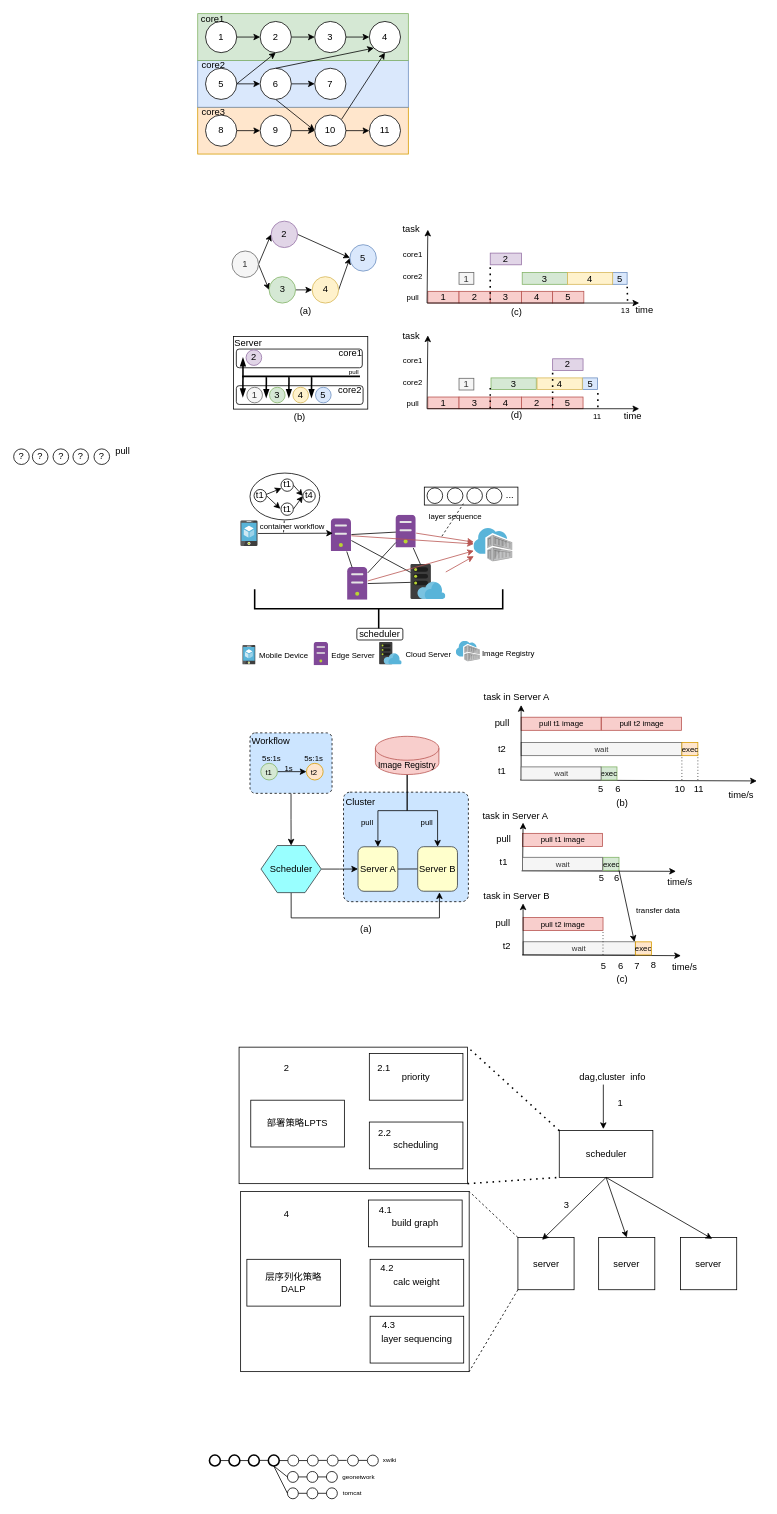
Above: research/小论文.drawio in ksd11/charts (draw.io), before the change. Source tidied: cells renumbered, new cells numbered last; positions are measured from the earlier drawing's top-left corner, leaving out a move shared by most shapes. Both pictures are drawn from the tidied source at 78%, with x=0, y=0 at pixel (13, 13).
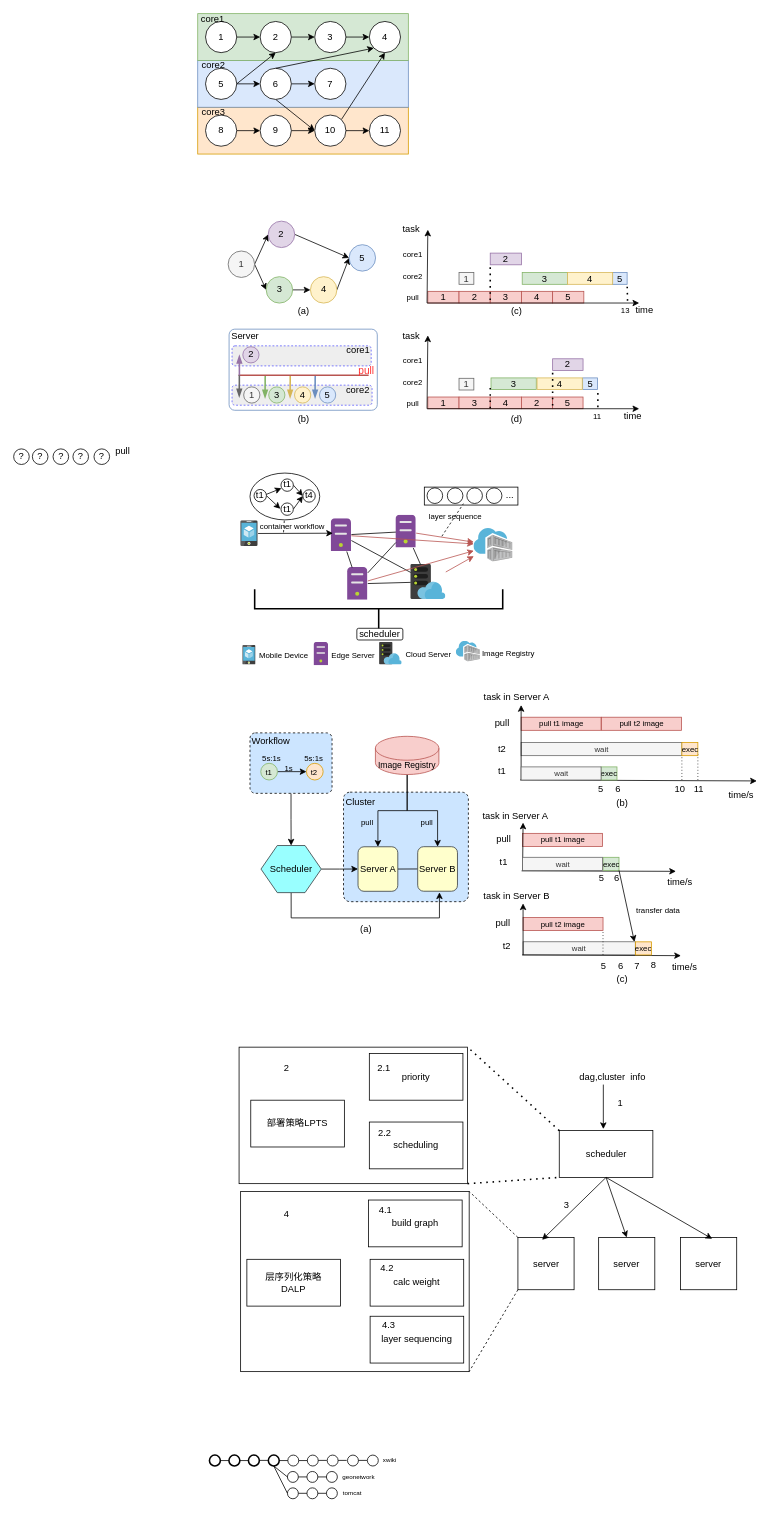
The same page after the edit.

Commit message (it also covers changes not shown here):
更新小论文.drawio

What changed in the source:
```diff
@@
-    <mxCell id="46" style="rounded=0;whiteSpace=wrap;html=1;" parent="1" vertex="1">
-      <mxGeometry x="282" y="414" width="172" height="93" as="geometry" />
-    </mxCell>
-    <mxCell id="47" style="rounded=1;whiteSpace=wrap;html=1;" parent="1" vertex="1">
-      <mxGeometry x="285.5" y="430" width="161.5" height="24" as="geometry" />
-    </mxCell>
-    <mxCell id="48" value="Server" style="text;html=1;align=center;verticalAlign=middle;whiteSpace=wrap;rounded=0;" parent="1" vertex="1">
-      <mxGeometry x="271" y="408" width="60" height="30" as="geometry" />
-    </mxCell>
-    <mxCell id="49" value="2" style="ellipse;whiteSpace=wrap;html=1;fillColor=#e1d5e7;strokeColor=#9673a6;" parent="1" vertex="1">
-      <mxGeometry x="298" y="431" width="20" height="20" as="geometry" />
-    </mxCell>
-    <mxCell id="50" style="rounded=1;whiteSpace=wrap;html=1;" parent="1" vertex="1">
-      <mxGeometry x="285.5" y="477" width="162.5" height="24" as="geometry" />
-    </mxCell>
-    <mxCell id="51" value="1" style="ellipse;whiteSpace=wrap;html=1;fillColor=#f5f5f5;fontColor=#333333;strokeColor=#666666;" parent="1" vertex="1">
-      <mxGeometry x="299" y="479" width="20" height="20" as="geometry" />
-    </mxCell>
-    <mxCell id="52" value="3" style="ellipse;whiteSpace=wrap;html=1;fillColor=#d5e8d4;strokeColor=#82b366;" parent="1" vertex="1">
-      <mxGeometry x="328" y="479" width="20" height="20" as="geometry" />
-    </mxCell>
-    <mxCell id="53" value="4" style="ellipse;whiteSpace=wrap;html=1;fillColor=#fff2cc;strokeColor=#d6b656;" parent="1" vertex="1">
-      <mxGeometry x="358" y="479" width="20" height="20" as="geometry" />
-    </mxCell>
-    <mxCell id="54" value="5" style="ellipse;whiteSpace=wrap;html=1;fillColor=#dae8fc;strokeColor=#6c8ebf;" parent="1" vertex="1">
-      <mxGeometry x="387" y="479" width="20" height="20" as="geometry" />
-    </mxCell>
@@
-    <mxCell id="59" value="core1" style="text;html=1;align=center;verticalAlign=middle;whiteSpace=wrap;rounded=0;" parent="1" vertex="1">
-      <mxGeometry x="402" y="421" width="60" height="30" as="geometry" />
-    </mxCell>
@@
-    <mxCell id="61" value="core2" style="text;html=1;align=center;verticalAlign=middle;whiteSpace=wrap;rounded=1;" parent="1" vertex="1">
-      <mxGeometry x="413" y="477" width="37" height="12" as="geometry" />
-    </mxCell>
@@
     <mxCell id="63" value="(c)" style="text;html=1;align=center;verticalAlign=middle;whiteSpace=wrap;rounded=0;" parent="1" vertex="1">
-      <mxGeometry x="615" y="368" width="60" height="30" as="geometry" />
+      <mxGeometry x="615" y="366.7" width="60" height="30" as="geometry" />
     </mxCell>
-    <mxCell id="64" value="(b)" style="text;html=1;align=center;verticalAlign=middle;whiteSpace=wrap;rounded=0;" parent="1" vertex="1">
-      <mxGeometry x="336.8" y="507" width="60" height="21" as="geometry" />
-    </mxCell>
@@
     <mxCell id="117" value="(d)" style="text;html=1;align=center;verticalAlign=middle;whiteSpace=wrap;rounded=0;" parent="1" vertex="1">
-      <mxGeometry x="615" y="505.5" width="60" height="18.5" as="geometry" />
+      <mxGeometry x="615" y="510.5" width="60" height="18.5" as="geometry" />
     </mxCell>
@@
+    <mxCell id="64" value="(b)" style="text;html=1;align=center;verticalAlign=middle;whiteSpace=wrap;rounded=0;" parent="1" vertex="1">
+      <mxGeometry x="338.6" y="508.5" width="66.3" height="22.5" as="geometry" />
+    </mxCell>
+    <mxCell id="294" style="group;" parent="1" vertex="1">
+      <mxGeometry x="264" y="397" width="211" height="111.5" as="geometry" />
+    </mxCell>
+    <mxCell id="46" style="rounded=1;whiteSpace=wrap;html=1;arcSize=7;strokeWidth=1;strokeColor=#6c8ebf;" parent="294" vertex="1">
+      <mxGeometry x="12.2" y="7.5" width="190" height="104" as="geometry" />
+    </mxCell>
+    <mxCell id="47" style="rounded=1;whiteSpace=wrap;html=1;dashed=1;strokeColor=#3333FF;strokeWidth=0.8;fillColor=#eeeeee;" parent="294" vertex="1">
+      <mxGeometry x="16" y="28.9" width="178.4" height="25.7" as="geometry" />
+    </mxCell>
+    <mxCell id="48" value="Server" style="text;html=1;align=center;verticalAlign=middle;whiteSpace=wrap;rounded=0;" parent="294" vertex="1">
+      <mxGeometry width="66.3" height="32.2" as="geometry" />
+    </mxCell>
+    <mxCell id="49" value="2" style="ellipse;whiteSpace=wrap;html=1;fillColor=#e1d5e7;strokeColor=#9673a6;" parent="294" vertex="1">
+      <mxGeometry x="29.8" y="30" width="20.8" height="20.8" as="geometry" />
+    </mxCell>
+    <mxCell id="50" style="rounded=1;whiteSpace=wrap;html=1;dashed=1;fillColor=#eeeeee;strokeColor=#3333FF;strokeWidth=0.8;align=center;verticalAlign=middle;fontFamily=Helvetica;fontSize=12;fontColor=default;" parent="294" vertex="1">
+      <mxGeometry x="16" y="79.3" width="179.5" height="25.7" as="geometry" />
+    </mxCell>
+    <mxCell id="51" value="1" style="ellipse;whiteSpace=wrap;html=1;fillColor=#f5f5f5;fontColor=#333333;strokeColor=#666666;" parent="294" vertex="1">
+      <mxGeometry x="30.9" y="81.5" width="20.8" height="20.8" as="geometry" />
+    </mxCell>
+    <mxCell id="52" value="3" style="ellipse;whiteSpace=wrap;html=1;fillColor=#d5e8d4;strokeColor=#82b366;" parent="294" vertex="1">
+      <mxGeometry x="63" y="81.5" width="20.8" height="20.8" as="geometry" />
+    </mxCell>
+    <mxCell id="53" value="4" style="ellipse;whiteSpace=wrap;html=1;fillColor=#fff2cc;strokeColor=#d6b656;" parent="294" vertex="1">
+      <mxGeometry x="96.1" y="81.5" width="20.8" height="20.8" as="geometry" />
+    </mxCell>
+    <mxCell id="54" value="5" style="ellipse;whiteSpace=wrap;html=1;fillColor=#dae8fc;strokeColor=#6c8ebf;" parent="294" vertex="1">
+      <mxGeometry x="128.1" y="81.5" width="20.8" height="20.8" as="geometry" />
+    </mxCell>
+    <mxCell id="59" value="core1" style="text;html=1;align=center;verticalAlign=middle;whiteSpace=wrap;rounded=0;" parent="294" vertex="1">
+      <mxGeometry x="144.7" y="19.3" width="66.3" height="32.2" as="geometry" />
+    </mxCell>
+    <mxCell id="61" value="core2" style="text;html=1;align=center;verticalAlign=middle;whiteSpace=wrap;rounded=1;" parent="294" vertex="1">
+      <mxGeometry x="156.9" y="79.3" width="40.9" height="12.9" as="geometry" />
+    </mxCell>
-    <mxCell id="275" style="endArrow=none;html=1;rounded=0;strokeWidth=2;endFill=0;" parent="1" edge="1">
+    <mxCell id="275" style="endArrow=none;html=1;rounded=0;strokeWidth=2;endFill=0;fillColor=#f8cecc;strokeColor=#b85450;" parent="294" edge="1">
       <mxGeometry relative="1" as="geometry">
-        <mxPoint x="293" y="465" as="sourcePoint" />
-        <mxPoint x="444" y="465" as="targetPoint" />
+        <mxPoint x="24.3" y="66.5" as="sourcePoint" />
+        <mxPoint x="191.1" y="66.5" as="targetPoint" />
       </mxGeometry>
     </mxCell>
-    <mxCell id="276" style="endArrow=blockThin;html=1;rounded=0;endFill=1;strokeWidth=2;" parent="1" edge="1">
+    <mxCell id="276" style="endArrow=blockThin;html=1;rounded=0;endFill=1;strokeWidth=2;fillColor=#e1d5e7;strokeColor=#9673a6;" parent="294" edge="1">
       <mxGeometry relative="1" as="geometry">
-        <mxPoint x="294" y="466" as="sourcePoint" />
-        <mxPoint x="294" y="441" as="targetPoint" />
+        <mxPoint x="25.4" y="67.5" as="sourcePoint" />
+        <mxPoint x="25.4" y="40.7" as="targetPoint" />
       </mxGeometry>
     </mxCell>
-    <mxCell id="277" value="pull" style="text;html=1;align=center;verticalAlign=middle;whiteSpace=wrap;rounded=0;fontSize=8;" parent="1" vertex="1">
-      <mxGeometry x="425" y="456.5" width="23" height="6" as="geometry" />
+    <mxCell id="277" value="&lt;font style=&quot;font-size: 13px;&quot; color=&quot;#ff3333&quot;&gt;pull&lt;/font&gt;" style="text;html=1;align=center;verticalAlign=middle;whiteSpace=wrap;rounded=0;fontSize=8;" parent="294" vertex="1">
+      <mxGeometry x="176" y="57" width="25.4" height="6.4" as="geometry" />
     </mxCell>
-    <mxCell id="278" style="endArrow=blockThin;html=1;rounded=0;endFill=1;strokeWidth=2;entryX=0.09;entryY=0.777;entryDx=0;entryDy=0;entryPerimeter=0;" parent="1" edge="1">
+    <mxCell id="278" style="endArrow=blockThin;html=1;rounded=0;endFill=1;strokeWidth=2;entryX=0.09;entryY=0.777;entryDx=0;entryDy=0;entryPerimeter=0;fillColor=#f5f5f5;strokeColor=#666666;" parent="294" edge="1">
       <mxGeometry relative="1" as="geometry">
-        <mxPoint x="294" y="465" as="sourcePoint" />
-        <mxPoint x="293.8" y="491.5" as="targetPoint" />
+        <mxPoint x="25.4" y="66.5" as="sourcePoint" />
+        <mxPoint x="25.2" y="94.9" as="targetPoint" />
       </mxGeometry>
     </mxCell>
-    <mxCell id="279" style="endArrow=blockThin;html=1;rounded=0;endFill=1;strokeWidth=2;entryX=0.09;entryY=0.777;entryDx=0;entryDy=0;entryPerimeter=0;" parent="1" edge="1">
+    <mxCell id="279" style="endArrow=blockThin;html=1;rounded=0;endFill=1;strokeWidth=2;entryX=0.09;entryY=0.777;entryDx=0;entryDy=0;entryPerimeter=0;fillColor=#d5e8d4;strokeColor=#82b366;" parent="294" edge="1">
       <mxGeometry relative="1" as="geometry">
-        <mxPoint x="324" y="466" as="sourcePoint" />
-        <mxPoint x="323.8" y="492.5" as="targetPoint" />
+        <mxPoint x="58.5" y="67.5" as="sourcePoint" />
+        <mxPoint x="58.3" y="96" as="targetPoint" />
       </mxGeometry>
     </mxCell>
-    <mxCell id="280" style="endArrow=blockThin;html=1;rounded=0;endFill=1;strokeWidth=2;entryX=0.09;entryY=0.777;entryDx=0;entryDy=0;entryPerimeter=0;" parent="1" edge="1">
+    <mxCell id="280" style="endArrow=blockThin;html=1;rounded=0;endFill=1;strokeWidth=2;entryX=0.09;entryY=0.777;entryDx=0;entryDy=0;entryPerimeter=0;fillColor=#fff2cc;strokeColor=#d6b656;" parent="294" edge="1">
       <mxGeometry relative="1" as="geometry">
-        <mxPoint x="353" y="466" as="sourcePoint" />
-        <mxPoint x="352.8" y="492.5" as="targetPoint" />
+        <mxPoint x="90.6" y="67.5" as="sourcePoint" />
+        <mxPoint x="90.4" y="96" as="targetPoint" />
       </mxGeometry>
     </mxCell>
-    <mxCell id="281" style="endArrow=blockThin;html=1;rounded=0;endFill=1;strokeWidth=2;entryX=0.09;entryY=0.777;entryDx=0;entryDy=0;entryPerimeter=0;" parent="1" edge="1">
+    <mxCell id="281" style="endArrow=blockThin;html=1;rounded=0;endFill=1;strokeWidth=2;entryX=0.09;entryY=0.777;entryDx=0;entryDy=0;entryPerimeter=0;fillColor=#dae8fc;strokeColor=#6c8ebf;" parent="294" edge="1">
       <mxGeometry relative="1" as="geometry">
-        <mxPoint x="382" y="466" as="sourcePoint" />
-        <mxPoint x="381.8" y="492.5" as="targetPoint" />
+        <mxPoint x="122.6" y="67.5" as="sourcePoint" />
+        <mxPoint x="122.4" y="96" as="targetPoint" />
       </mxGeometry>
     </mxCell>
-    <mxCell id="282" style="group;" parent="1" vertex="1">
-      <mxGeometry x="280" y="266" width="185" height="129" as="geometry" />
-    </mxCell>
-    <mxCell id="283" style="rounded=0;jettySize=auto;html=1;exitX=1;exitY=0.5;exitDx=0;exitDy=0;entryX=0;entryY=0.5;entryDx=0;entryDy=0;" parent="282" edge="1" source="285" target="287">
+    <mxCell id="283" style="rounded=0;jettySize=auto;html=1;exitX=1;exitY=0.5;exitDx=0;exitDy=0;entryX=0;entryY=0.5;entryDx=0;entryDy=0;" parent="1" edge="1" source="285" target="287">
       <mxGeometry relative="1" as="geometry" />
     </mxCell>
-    <mxCell id="284" style="rounded=0;jettySize=auto;html=1;exitX=1;exitY=0.5;exitDx=0;exitDy=0;entryX=0;entryY=0.5;entryDx=0;entryDy=0;" parent="282" edge="1" source="285" target="289">
+    <mxCell id="284" style="rounded=0;jettySize=auto;html=1;exitX=1;exitY=0.5;exitDx=0;exitDy=0;entryX=0;entryY=0.5;entryDx=0;entryDy=0;" parent="1" edge="1" source="285" target="289">
       <mxGeometry relative="1" as="geometry" />
     </mxCell>
-    <mxCell id="285" value="1" style="ellipse;whiteSpace=wrap;html=1;fillColor=#f5f5f5;fontColor=#333333;strokeColor=#666666;" parent="282" vertex="1">
-      <mxGeometry y="38.3" width="33.9" height="33.9" as="geometry" />
+    <mxCell id="285" value="1" style="ellipse;whiteSpace=wrap;html=1;fillColor=#f5f5f5;fontColor=#333333;strokeColor=#666666;" parent="1" vertex="1">
+      <mxGeometry x="275" y="304.3" width="33.9" height="33.9" as="geometry" />
     </mxCell>
-    <mxCell id="286" style="rounded=0;jettySize=auto;html=1;exitX=1;exitY=0.5;exitDx=0;exitDy=0;entryX=0;entryY=0.5;entryDx=0;entryDy=0;" parent="282" edge="1" source="287" target="292">
+    <mxCell id="286" style="rounded=0;jettySize=auto;html=1;exitX=1;exitY=0.5;exitDx=0;exitDy=0;entryX=0;entryY=0.5;entryDx=0;entryDy=0;" parent="1" edge="1" source="287" target="292">
       <mxGeometry relative="1" as="geometry" />
     </mxCell>
-    <mxCell id="287" value="2" style="ellipse;whiteSpace=wrap;html=1;fillColor=#e1d5e7;strokeColor=#9673a6;" parent="282" vertex="1">
-      <mxGeometry x="50.1" width="33.9" height="33.9" as="geometry" />
+    <mxCell id="287" value="2" style="ellipse;whiteSpace=wrap;html=1;fillColor=#e1d5e7;strokeColor=#9673a6;" parent="1" vertex="1">
+      <mxGeometry x="326.4" y="266" width="33.9" height="33.9" as="geometry" />
     </mxCell>
-    <mxCell id="288" style="edgeStyle=orthogonalEdgeStyle;rounded=0;jettySize=auto;html=1;exitX=1;exitY=0.5;exitDx=0;exitDy=0;entryX=0;entryY=0.5;entryDx=0;entryDy=0;" parent="282" edge="1" source="289" target="291">
+    <mxCell id="288" style="edgeStyle=orthogonalEdgeStyle;rounded=0;jettySize=auto;html=1;exitX=1;exitY=0.5;exitDx=0;exitDy=0;entryX=0;entryY=0.5;entryDx=0;entryDy=0;" parent="1" edge="1" source="289" target="291">
       <mxGeometry relative="1" as="geometry" />
     </mxCell>
-    <mxCell id="289" value="3" style="ellipse;whiteSpace=wrap;html=1;fillColor=#d5e8d4;strokeColor=#82b366;" parent="282" vertex="1">
-      <mxGeometry x="47.5" y="71.2" width="33.9" height="33.9" as="geometry" />
+    <mxCell id="289" value="3" style="ellipse;whiteSpace=wrap;html=1;fillColor=#d5e8d4;strokeColor=#82b366;" parent="1" vertex="1">
+      <mxGeometry x="323.8" y="337.2" width="33.9" height="33.9" as="geometry" />
     </mxCell>
-    <mxCell id="290" style="rounded=0;jettySize=auto;html=1;exitX=1;exitY=0.5;exitDx=0;exitDy=0;entryX=0;entryY=0.5;entryDx=0;entryDy=0;" parent="282" edge="1" source="291" target="292">
+    <mxCell id="290" style="rounded=0;jettySize=auto;html=1;exitX=1;exitY=0.5;exitDx=0;exitDy=0;entryX=0;entryY=0.5;entryDx=0;entryDy=0;" parent="1" edge="1" source="291" target="292">
       <mxGeometry relative="1" as="geometry" />
     </mxCell>
-    <mxCell id="291" value="4" style="ellipse;whiteSpace=wrap;html=1;fillColor=#fff2cc;strokeColor=#d6b656;" parent="282" vertex="1">
-      <mxGeometry x="102.7" y="71.2" width="33.9" height="33.9" as="geometry" />
+    <mxCell id="291" value="4" style="ellipse;whiteSpace=wrap;html=1;fillColor=#fff2cc;strokeColor=#d6b656;" parent="1" vertex="1">
+      <mxGeometry x="380.5" y="337.2" width="33.9" height="33.9" as="geometry" />
     </mxCell>
-    <mxCell id="292" value="5" style="ellipse;whiteSpace=wrap;html=1;fillColor=#dae8fc;strokeColor=#6c8ebf;" parent="282" vertex="1">
-      <mxGeometry x="151.1" y="30.2" width="33.9" height="33.9" as="geometry" />
+    <mxCell id="292" value="5" style="ellipse;whiteSpace=wrap;html=1;fillColor=#dae8fc;strokeColor=#6c8ebf;" parent="1" vertex="1">
+      <mxGeometry x="430.1" y="296.2" width="33.9" height="33.9" as="geometry" />
     </mxCell>
-    <mxCell id="293" value="(a)" style="text;html=1;align=center;verticalAlign=middle;whiteSpace=wrap;rounded=0;" parent="282" vertex="1">
-      <mxGeometry x="68.7" y="102.3" width="50.9" height="26.7" as="geometry" />
+    <mxCell id="293" value="(a)" style="text;html=1;align=center;verticalAlign=middle;whiteSpace=wrap;rounded=0;" parent="1" vertex="1">
+      <mxGeometry x="345.6" y="368.3" width="52.3" height="26.7" as="geometry" />
     </mxCell>
```
